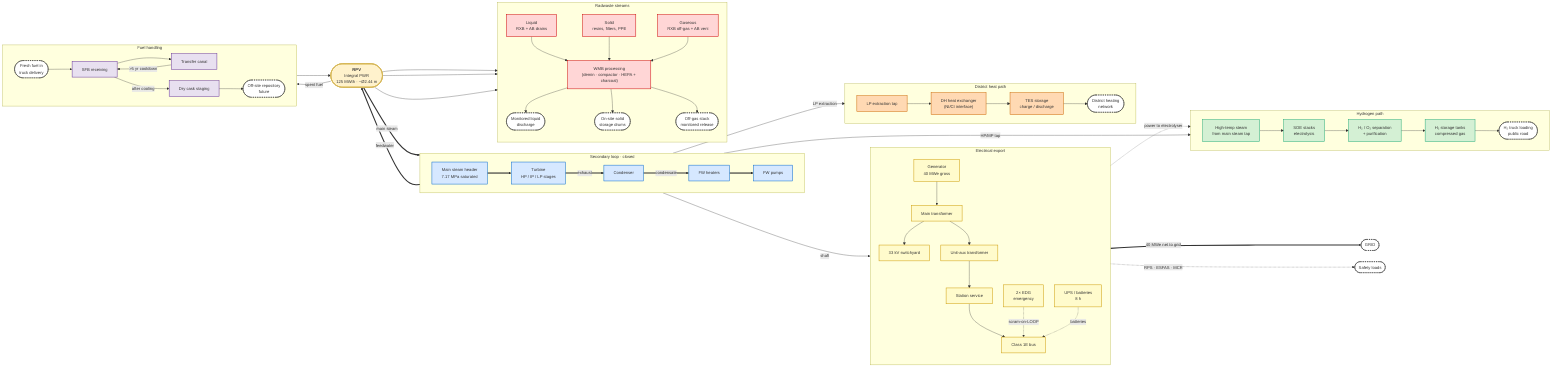
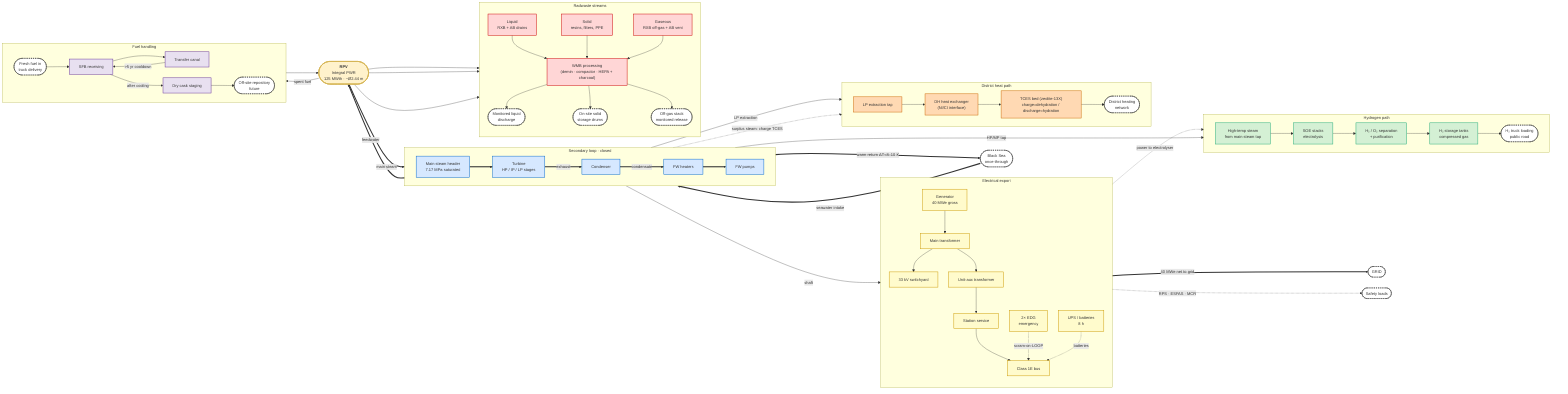
%%{init: {"flowchart": {"curve": "basis", "rankSpacing": 50, "nodeSpacing": 35, "useMaxWidth": true}, "themeVariables": {"fontSize": "13px"}}}%%
%% Aegis-40 — Major Flow Arrows (process / mass / energy view)
%% Source for FER 8.10 task 2 + part of 8.9 cogeneration narrative.
%% Companion: block_layout.png (spatial view), building_list.md.
%% Owner: Azamhon. 2026-06-02.
%% Reading rule: blue = water/steam (secondary loop) — heavy =====
%%                yellow = electrical                 — heavy ====≡
%%                orange = thermal (district heat)    — thick   ===
%%                green = hydrogen                    — thick   ===
%%                grey = solid/fuel                   — thin    --->
%%                red = radioactive effluent          — thin    --->
%% Quantitative split (40 MWe + 125 MWth cogen) is per Alisher energy team.

flowchart LR

  RPV(["<b>RPV</b><br/>Integral PWR<br/>125 MWth · ~Ø2.44 m"])

  %% ============================================================
  %% SECONDARY STEAM / FEEDWATER LOOP (closed)
  %% ============================================================
  subgraph LOOP["Secondary loop · closed"]
    direction LR
    MS["Main steam header<br/>7.17 MPa saturated"]
    TURB["Turbine<br/>HP / IP / LP stages"]
    COND["Condenser"]
    FWH["FW heaters"]
    FWP["FW pumps"]
  end

  RPV ==main steam==> MS
  MS ==> TURB
  TURB ==exhaust==> COND
  COND ==condensate==> FWH
  FWH ==> FWP
  FWP ==feedwater==> RPV

+   %% once-through seawater cooling of the condenser (C2) — NORMAL heat sink, not safety UHS
+   SEA(["Black Sea<br/>once-through"])
+   SEA ==seawater intake==> COND
+   COND ==warm return ΔT≈8–10 K==> SEA
+ 
  %% ============================================================
  %% ELECTRICAL EXPORT
  %% ============================================================
  subgraph ELEC["Electrical export"]
    direction TB
    GEN["Generator<br/>40 MWe gross"]
    MT["Main transformer"]
    SW33["33 kV switchyard"]
    UAT["Unit-aux transformer"]
    SS["Station service"]
    BUS1E["Class 1E bus"]
    DG["2× EDG<br/>emergency"]
    UPS["UPS / batteries<br/>8 h"]
  end

  TURB --shaft--> GEN
  GEN --> MT --> SW33
  SW33 ==>|"40 MWe net to grid"| GRID(["GRID"])
  MT --> UAT --> SS --> BUS1E
  DG -.scram-on-LOOP.-> BUS1E
  UPS -.batteries.-> BUS1E
  BUS1E -.->|"RPS · ESFAS · MCR"| LOADS([Safety loads])

  %% ============================================================
  %% DISTRICT HEAT (cogen 1)
  %% ============================================================
  subgraph DH["District heat path"]
    direction LR
    LPEXT["LP extraction tap"]
    DHHX["DH heat exchanger<br/>(NI/CI interface)"]
-     TES["TES storage<br/>charge / discharge"]
+     TES["TCES bed (zeolite-13X)<br/>charge=dehydration / discharge=hydration"]
    DHNET(["District heating<br/>network"])
  end

  TURB --LP extraction--> LPEXT --> DHHX --> TES --> DHNET
+   MS -.surplus steam: charge TCES.-> TES

  %% ============================================================
  %% HYDROGEN (cogen 2)
  %% ============================================================
  subgraph H2["Hydrogen path"]
    direction LR
    HPS["High-temp steam<br/>from main steam tap"]
    SOE["SOE stacks<br/>electrolysis"]
    SEP["H₂ / O₂ separation<br/>+ purification"]
    H2T["H₂ storage tanks<br/>compressed gas"]
    TRUCK(["H₂ truck loading<br/>public road"])
  end

  MS --HP/MP tap--> HPS
  BUS1E -.power to electrolyser.-> SOE
  HPS --> SOE --> SEP --> H2T --> TRUCK

  %% ============================================================
  %% FUEL HANDLING
  %% ============================================================
  subgraph FUEL["Fuel handling"]
    direction LR
    FRESH(["Fresh fuel in<br/>truck delivery"])
    SFBrec["SFB receiving"]
    TRANS["Transfer canal"]
    DRY["Dry cask staging"]
    OFF(["Off-site repository<br/>future"])
  end

  FRESH --> SFBrec --> TRANS --> RPV
  RPV -->|"spent fuel"| TRANS -->|">5 yr cooldown"| SFBrec -->|"after cooling"| DRY --> OFF

  %% ============================================================
  %% RADWASTE (3 streams)
  %% ============================================================
  subgraph WASTE["Radwaste streams"]
    direction TB
    LWST["Liquid<br/>RXB + AB drains"]
    SWST["Solid<br/>resins, filters, PPE"]
    GWST["Gaseous<br/>RXB off-gas + AB vent"]
    WMB["WMB processing<br/>(demin · compactor · HEPA + charcoal)"]
    DISC(["Monitored liquid<br/>discharge"])
    STORE(["On-site solid<br/>storage drums"])
    STACK(["Off-gas stack<br/>monitored release"])
  end

  RPV --> LWST
  RPV --> GWST
  RPV --> SWST
  LWST --> WMB --> DISC
  SWST --> WMB --> STORE
  GWST --> WMB --> STACK

  %% ============================================================
  %% STYLES
  %% ============================================================
  classDef rpv fill:#fff2cc,stroke:#d6b656,stroke-width:3px;
  classDef secondary fill:#d6e8ff,stroke:#06c,stroke-width:1.5px;
  classDef elec fill:#fffbcc,stroke:#cc9900,stroke-width:1.5px;
  classDef dh fill:#ffd9b3,stroke:#cc6600,stroke-width:1.5px;
  classDef h2 fill:#d4f0d4,stroke:#2a7,stroke-width:1.5px;
  classDef fuel fill:#e8e0f0,stroke:#663399,stroke-width:1.5px;
  classDef waste fill:#ffd6d6,stroke:#c00,stroke-width:1.5px;
  classDef external fill:#fff,stroke:#000,stroke-dasharray:4 3;

  class RPV rpv;
  class MS,TURB,COND,FWH,FWP secondary;
  class GEN,MT,SW33,UAT,SS,BUS1E,DG,UPS elec;
  class LPEXT,DHHX,TES dh;
  class HPS,SOE,SEP,H2T h2;
  class SFBrec,TRANS,DRY fuel;
  class LWST,SWST,GWST,WMB waste;
-   class GRID,DHNET,TRUCK,FRESH,OFF,DISC,STORE,STACK,LOADS external;
+   class GRID,DHNET,TRUCK,FRESH,OFF,DISC,STORE,STACK,LOADS,SEA external;
